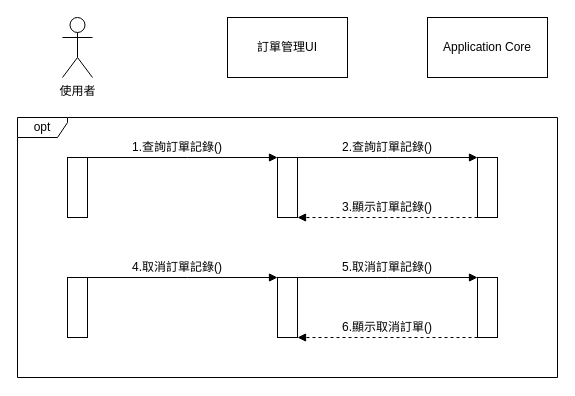
Earlier version of the draw.io diagram 01_document/04_UI循序圖/UI循序圖_訂單管理(使用者).drawio (gnshiun/WebProject). Source tidied: cells renumbered, new cells numbered last; positions are measured from the earlier drawing's top-left corner, leaving out a move shared by most shapes. Both pictures are drawn from the tidied source at 100%, with x=0, y=0 at pixel (17, 17).
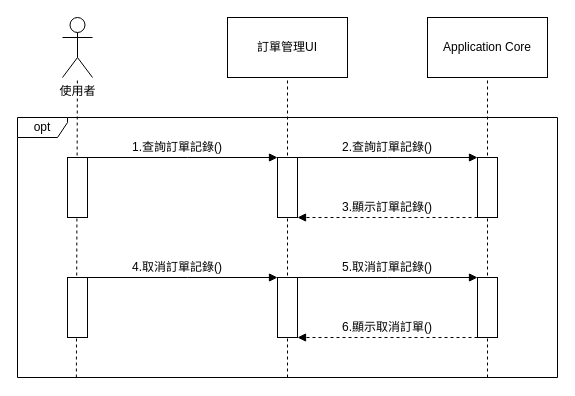
The same page after the edit.

Commit message:
Update UI循序圖_訂單管理(使用者).drawio

The change refers to these unchanged cells:
```xml
<mxCell id="2" value="使用者" style="shape=umlActor;verticalLabelPosition=bottom;verticalAlign=top;html=1;outlineConnect=0;" parent="1" vertex="1">
  <mxGeometry x="45" width="30" height="60" as="geometry" />
</mxCell>
<mxCell id="3" value="訂單管理UI" style="rounded=0;whiteSpace=wrap;html=1;" parent="1" vertex="1">
  <mxGeometry x="210" width="120" height="60" as="geometry" />
</mxCell>
<mxCell id="4" value="Application Core" style="rounded=0;whiteSpace=wrap;html=1;" parent="1" vertex="1">
  <mxGeometry x="410" width="120" height="60" as="geometry" />
</mxCell>
<mxCell id="23" value="opt" style="shape=umlFrame;whiteSpace=wrap;html=1;width=50;height=20;" parent="1" vertex="1">
  <mxGeometry y="100" width="540" height="260" as="geometry" />
</mxCell>
```

Change to the diagram source:
```diff
@@
+    <mxCell id="24" style="endArrow=none;dashed=1;html=1;entryX=0.5;entryY=1;entryDx=0;entryDy=0;" parent="1" edge="1" target="4">
+      <mxGeometry relative="1" as="geometry">
+        <mxPoint x="470" y="360" as="sourcePoint" />
+      </mxGeometry>
+    </mxCell>
+    <mxCell id="25" style="endArrow=none;dashed=1;html=1;exitX=0.5;exitY=1;exitDx=0;exitDy=0;exitPerimeter=0;entryX=0.5;entryY=1;entryDx=0;entryDy=0;" parent="1" edge="1" source="23" target="3">
+      <mxGeometry relative="1" as="geometry" />
+    </mxCell>
+    <mxCell id="26" style="endArrow=none;dashed=1;html=1;exitX=0.109;exitY=1;exitDx=0;exitDy=0;exitPerimeter=0;" parent="1" edge="1" source="23" target="2">
+      <mxGeometry relative="1" as="geometry" />
+    </mxCell>
```
